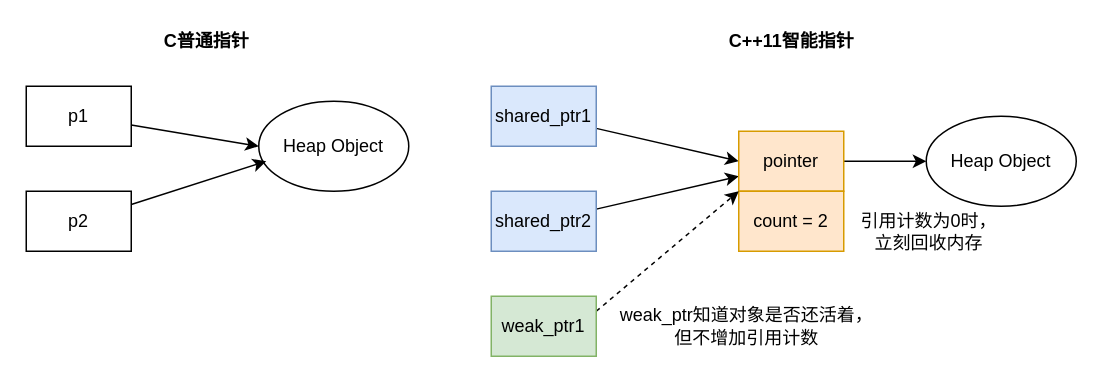
Above: C++.drawio in xuelei20/drawio (draw.io), before the change. Source tidied: cells renumbered, new cells numbered last; positions are measured from the earlier drawing's top-left corner, leaving out a move shared by most shapes. Both pictures are drawn from the tidied source at 150%, with x=0, y=0 at pixel (26, 26).
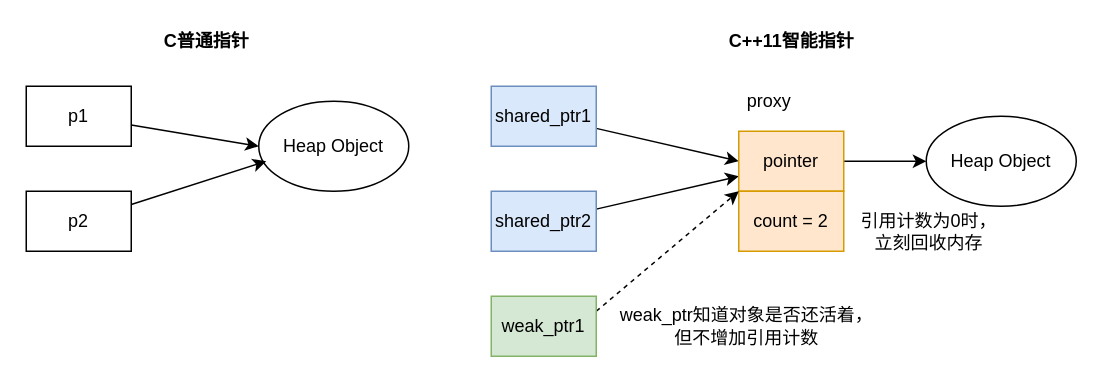
After the change.

The edit, as a diff of the source:
```diff
@@
+    <mxCell id="21" value="proxy" style="text;html=1;align=center;verticalAlign=middle;" parent="1" vertex="1">
+      <mxGeometry x="475" y="40" width="40" height="20" as="geometry" />
+    </mxCell>
```
